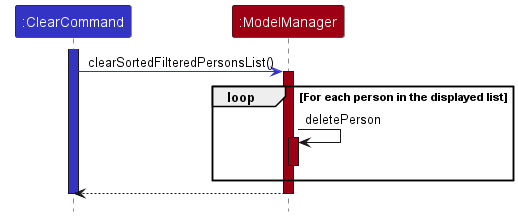
Above: docs/images/ClearCommandSequenceDiagram.png in ricketytoc/tp (PlantUML), before the change. Its diagram source:
```plantuml
@startuml
!include style.puml
skinparam ArrowFontStyle plain

participant ":ClearCommand" as ClearCommand LOGIC_COLOR
participant ":ModelManager" as ModelManager MODEL_COLOR

activate ClearCommand LOGIC_COLOR

ClearCommand -[LOGIC_COLOR]> ModelManager: clearSortedFilteredPersonsList()
activate ModelManager MODEL_COLOR

loop For each person in the displayed list
    ModelManager -> ModelManager: deletePerson
    activate ModelManager MODEL_COLOR
    deactivate ModelManager
end loop

ModelManager --> ClearCommand
deactivate ModelManager

deactivate ClearCommand
@enduml
```
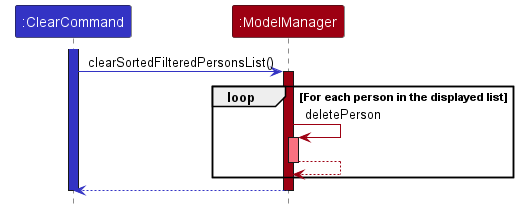
Above is the later version.

Commit message:
Update ClearCommand Sequence Diagram

Diff of the diagram source:
```diff
@@ -11,12 +11,14 @@
 activate ModelManager MODEL_COLOR
 
 loop For each person in the displayed list
-    ModelManager -> ModelManager: deletePerson
-    activate ModelManager MODEL_COLOR
+    ModelManager -[MODEL_COLOR]> ModelManager: deletePerson
+    activate ModelManager MODEL_COLOR_T1
+    ModelManager --[MODEL_COLOR]> ModelManager
     deactivate ModelManager
+
 end loop
 
-ModelManager --> ClearCommand
+ModelManager --[LOGIC_COLOR]> ClearCommand
 deactivate ModelManager
 
 deactivate ClearCommand
```
